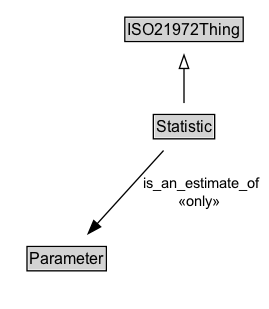
ISO-TC204/ontology-i72-v1 keeps this Graphviz diagram as docs/diagrams/Statistic.dot.png. Above is the earlier version. Its source is kept beside it as docs/diagrams/Statistic.dot.
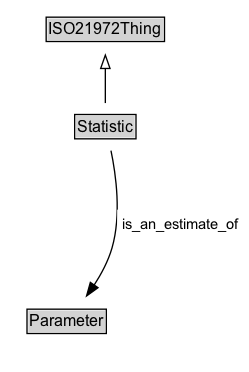
Above is the later version.

The edit, as a diff of the source:
```diff
@@ -3,18 +3,21 @@
 	node [fontname=Arial fontsize=12 margin=0 shape=none]
 	edge [fontname=Arial fontsize=11]
 	{
+		rank=source
+		ISO21972Thing [label=<<TABLE BORDER="1" CELLBORDER="0" CELLSPACING="0" CELLPADDING="1"><TR><TD BGCOLOR="lightgray" ALIGN="CENTER">ISO21972Thing</TD></TR></TABLE>> URL="../ISO21972Thing" margin=0]
+	}
+	Statistic [label=<<TABLE BORDER="1" CELLBORDER="0" CELLSPACING="0" CELLPADDING="1"><TR><TD BGCOLOR="lightgray" ALIGN="CENTER">Statistic</TD></TR></TABLE>> URL="../Statistic" margin=0]
+	{
 		rank=max
-		Statistic [label=<<TABLE BORDER="1" CELLBORDER="0" CELLSPACING="0" CELLPADDING="1"><TR><TD BGCOLOR="lightgray" ALIGN="CENTER" PORT="e">Statistic</TD></TR></TABLE>> URL="../Statistic.md" margin=0]
 	}
 	subgraph cluster_associated {
 		label="" style=invis
 		Invis [label=<<TABLE BORDER="0" CELLBORDER="0" CELLSPACING="0" CELLPADDING="1"><TR><TD></TD></TR></TABLE>> margin=0 style=invis]
-		Parameter [label=<<TABLE BORDER="1" CELLBORDER="0" CELLSPACING="0" CELLPADDING="1"><TR><TD BGCOLOR="lightgray" ALIGN="CENTER">Parameter</TD></TR></TABLE>> URL="../Parameter.md" margin=0]
+		Parameter [label=<<TABLE BORDER="1" CELLBORDER="0" CELLSPACING="0" CELLPADDING="1"><TR><TD BGCOLOR="lightgray" ALIGN="CENTER">Parameter</TD></TR></TABLE>> URL="../Parameter" margin=0]
 	}
-	ISO21972Thing [label=<<TABLE BORDER="1" CELLBORDER="0" CELLSPACING="0" CELLPADDING="1"><TR><TD BGCOLOR="lightgray" ALIGN="CENTER">ISO21972Thing</TD></TR></TABLE>> URL="../ISO21972Thing.md" margin=0]
 	Statistic -> ISO21972Thing [arrowhead=onormal style=solid]
 	Statistic -> Invis [style=invis]
 	Invis -> Parameter [style=invis]
-	Statistic -> Parameter [label=" is_an_estimate_of
- «only»  " arrowhead=normal style=solid]
+	Parameter [label=<<TABLE BORDER="1" CELLBORDER="0" CELLSPACING="0" CELLPADDING="1"><TR><TD BGCOLOR="lightgray" ALIGN="CENTER">Parameter</TD></TR></TABLE>> URL="../Parameter" margin=0]
+	Statistic -> Parameter [label=<<TABLE BORDER="0" CELLBORDER="0" CELLSPACING="0" CELLPADDING="4" BGCOLOR="white"><TR><TD ALIGN="CENTER">is_an_estimate_of</TD></TR></TABLE>> arrowhead=normal style=solid]
 }
```
